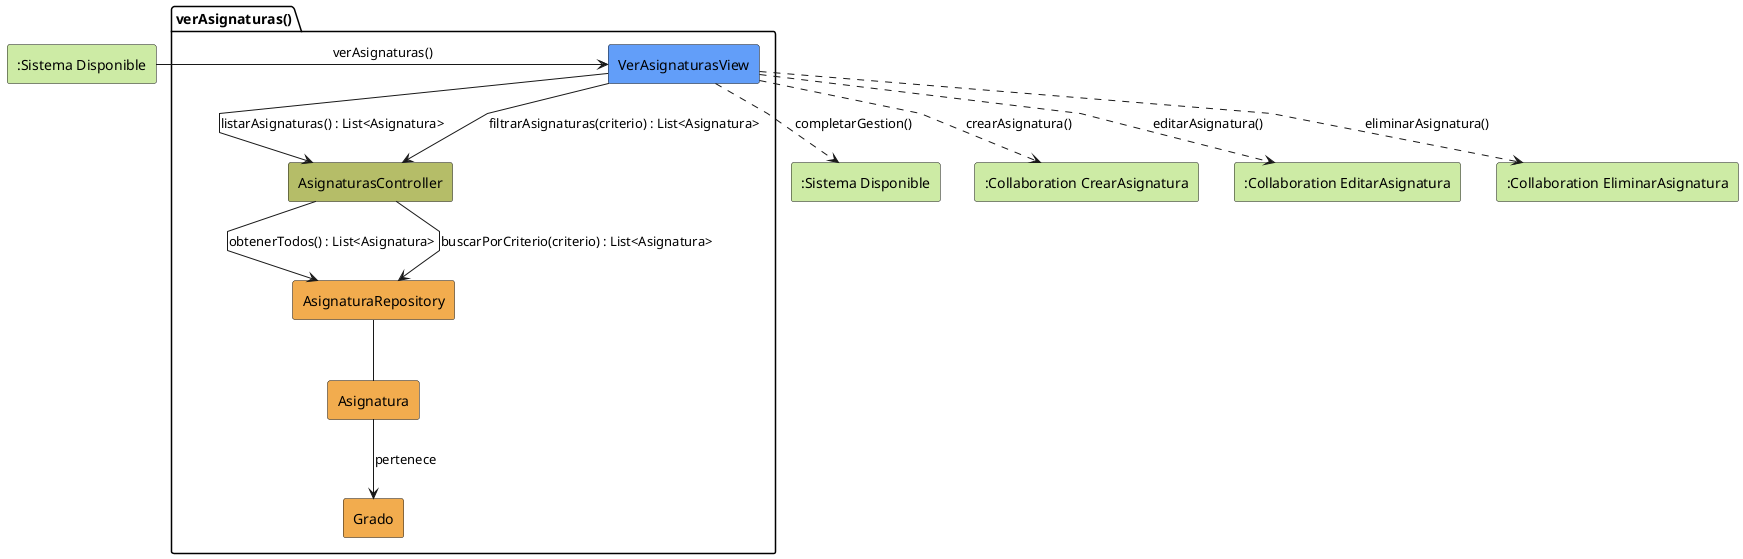
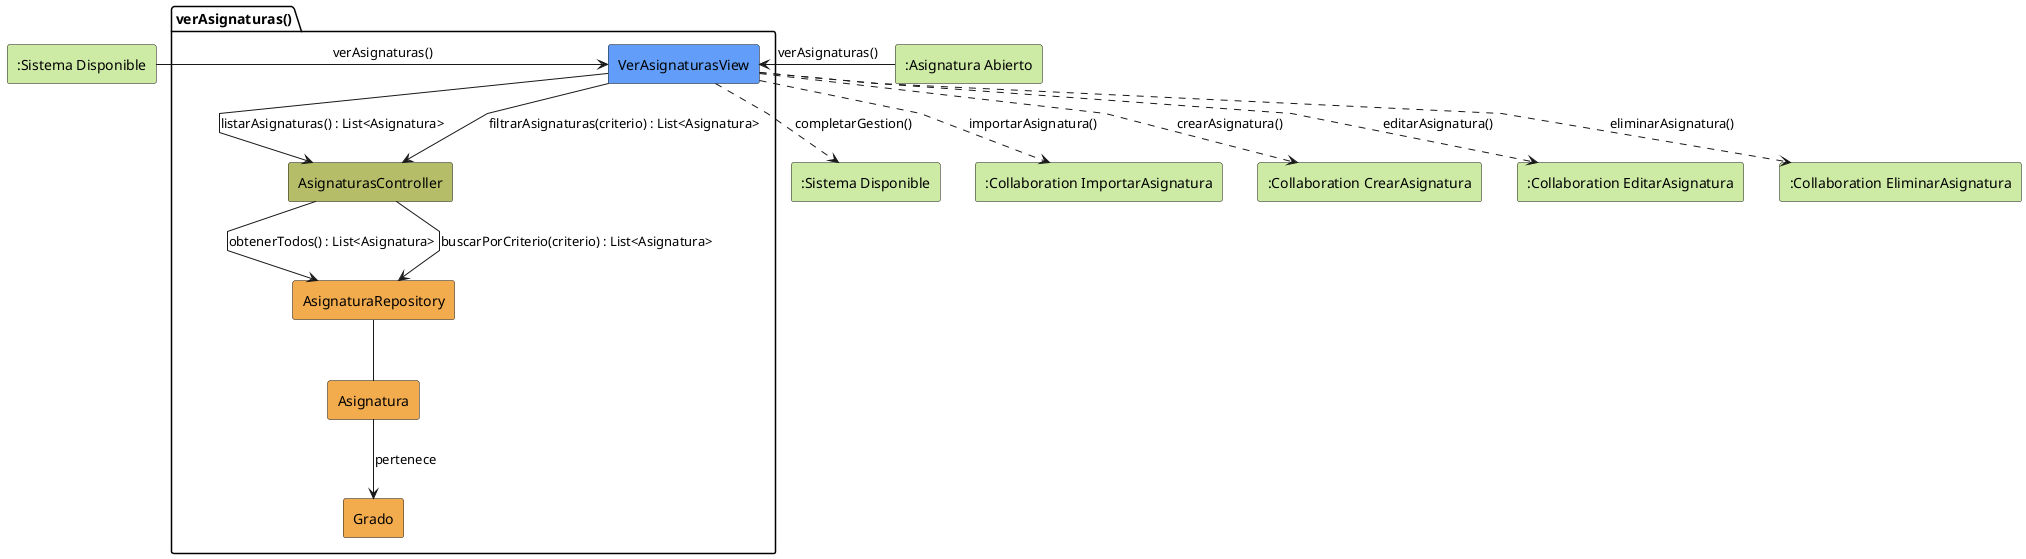
@startuml verAsignaturas-analisis
skinparam linetype polyline

rectangle #CDEBA5 ":Sistema Disponible" as SistemaDisponible
+ rectangle #CDEBA5 ":Asignatura Abierto" as AsignaturaAbierto
package verAsignaturas as "verAsignaturas()" {
    rectangle #629EF9 VerAsignaturasView
    rectangle #b5bd68 AsignaturasController
    rectangle #F2AC4E AsignaturaRepository
    rectangle #F2AC4E Asignatura
    rectangle #F2AC4E Grado
}

rectangle #CDEBA5 ":Sistema Disponible" as SistemaDisponibleSalida
+ rectangle #CDEBA5 ":Collaboration ImportarAsignatura" as ImportarAsignatura
rectangle #CDEBA5 ":Collaboration CrearAsignatura" as CrearAsignatura
rectangle #CDEBA5 ":Collaboration EditarAsignatura" as EditarAsignatura
rectangle #CDEBA5 ":Collaboration EliminarAsignatura" as EliminarAsignatura

SistemaDisponible -r-> VerAsignaturasView: verAsignaturas()
+ AsignaturaAbierto -r-> VerAsignaturasView: verAsignaturas()

VerAsignaturasView -d-> AsignaturasController: listarAsignaturas() : List<Asignatura>

AsignaturasController --> AsignaturaRepository: obtenerTodos() : List<Asignatura>

AsignaturaRepository -- Asignatura

Asignatura --> Grado: pertenece

VerAsignaturasView --> AsignaturasController: filtrarAsignaturas(criterio) : List<Asignatura>

AsignaturasController --> AsignaturaRepository: buscarPorCriterio(criterio) : List<Asignatura>

+ VerAsignaturasView ..> ImportarAsignatura: importarAsignatura()
VerAsignaturasView ..> SistemaDisponibleSalida: completarGestion()
VerAsignaturasView ..> CrearAsignatura: crearAsignatura()
VerAsignaturasView ..> EditarAsignatura: editarAsignatura()
VerAsignaturasView ..> EliminarAsignatura: eliminarAsignatura()

@enduml